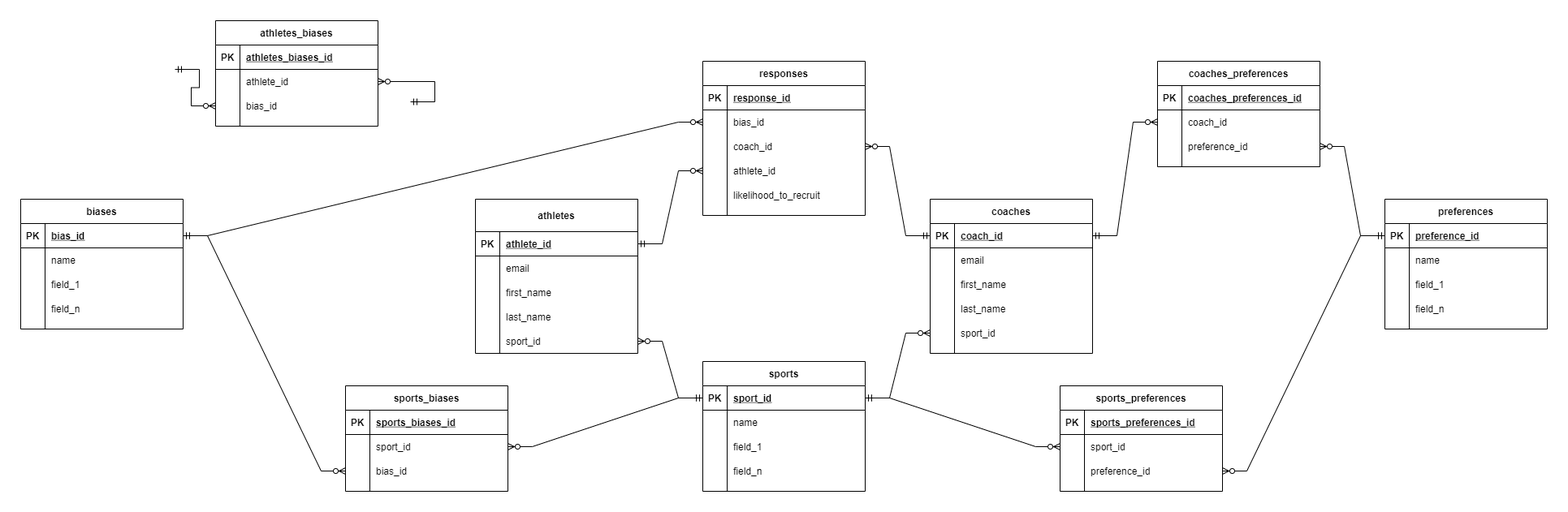
This is athleticBiasErd.png from KnoDoctor/athletic_bias, a draw.io export, as it was before one commit. Source tidied: cells renumbered, new cells last; positions are measured from the earlier drawing's top-left corner, leaving out a move shared by most shapes.
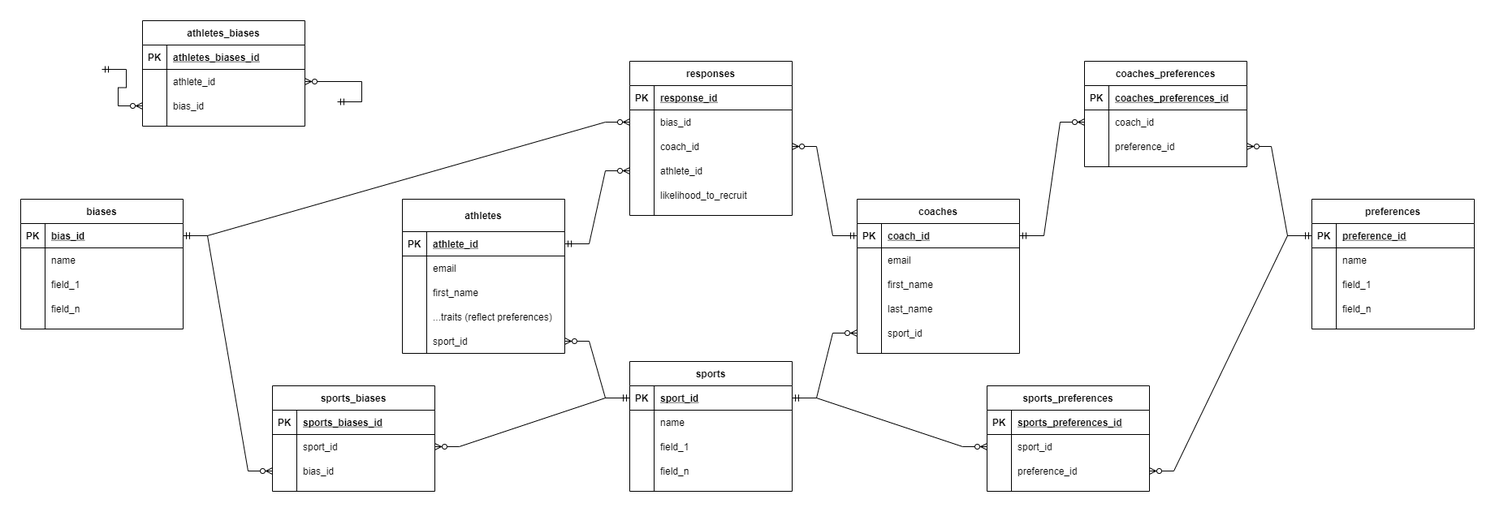
Above is the later version.

Commit message:
Signed-off-by: Jeff Barfield <jeff.barfield@butterfield.com>

Diff of the diagram source:
```diff
@@ -203,7 +203,7 @@
     <mxCell id="68" style="shape=partialRectangle;fillColor=none;top=0;left=0;bottom=0;right=0;overflow=hidden;" parent="67" vertex="1">
       <mxGeometry width="30" height="30" as="geometry" />
     </mxCell>
-    <mxCell id="69" value="last_name" style="shape=partialRectangle;fillColor=none;top=0;left=0;bottom=0;right=0;align=left;spacingLeft=6;overflow=hidden;" parent="67" vertex="1">
+    <mxCell id="69" value="...traits (reflect preferences)" style="shape=partialRectangle;fillColor=none;top=0;left=0;bottom=0;right=0;align=left;spacingLeft=6;overflow=hidden;" parent="67" vertex="1">
       <mxGeometry x="30" width="170" height="30" as="geometry" />
     </mxCell>
     <mxCell id="70" style="shape=partialRectangle;fillColor=none;top=0;left=0;bottom=0;right=0;points=[[0,0.5],[1,0.5]];portConstraint=eastwest;" parent="57" vertex="1">
@@ -246,7 +246,7 @@
       <mxGeometry x="30" width="170" height="30" as="geometry" />
     </mxCell>
     <mxCell id="83" value="biases" style="shape=table;startSize=30;rowLines=0;fontStyle=1;align=center;" parent="1" vertex="1">
-      <mxGeometry y="220" width="200" height="160" as="geometry" />
+      <mxGeometry x="90" y="220" width="200" height="160" as="geometry" />
     </mxCell>
     <mxCell id="84" style="shape=partialRectangle;fillColor=none;top=0;left=0;bottom=1;right=0;points=[[0,0.5],[1,0.5]];portConstraint=eastwest;" parent="83" vertex="1">
       <mxGeometry y="30" width="200" height="30" as="geometry" />
```
